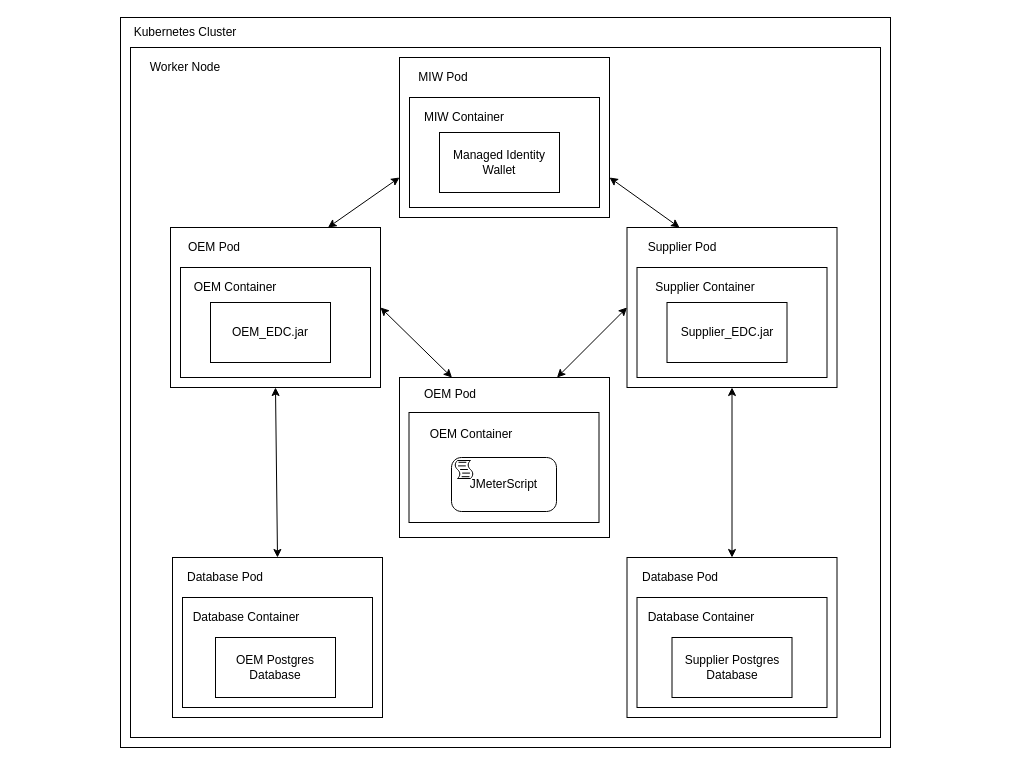
Earlier version of the draw.io diagram Graphics/Sources/Test_Deployment.drawio (alexandrudanciu/mxd-performance-evaluation). Source tidied: cells renumbered, new cells numbered last; positions are measured from the earlier drawing's top-left corner, leaving out a move shared by most shapes. Both pictures are drawn from the tidied source at 100%, with x=0, y=0 at pixel (120, 17).
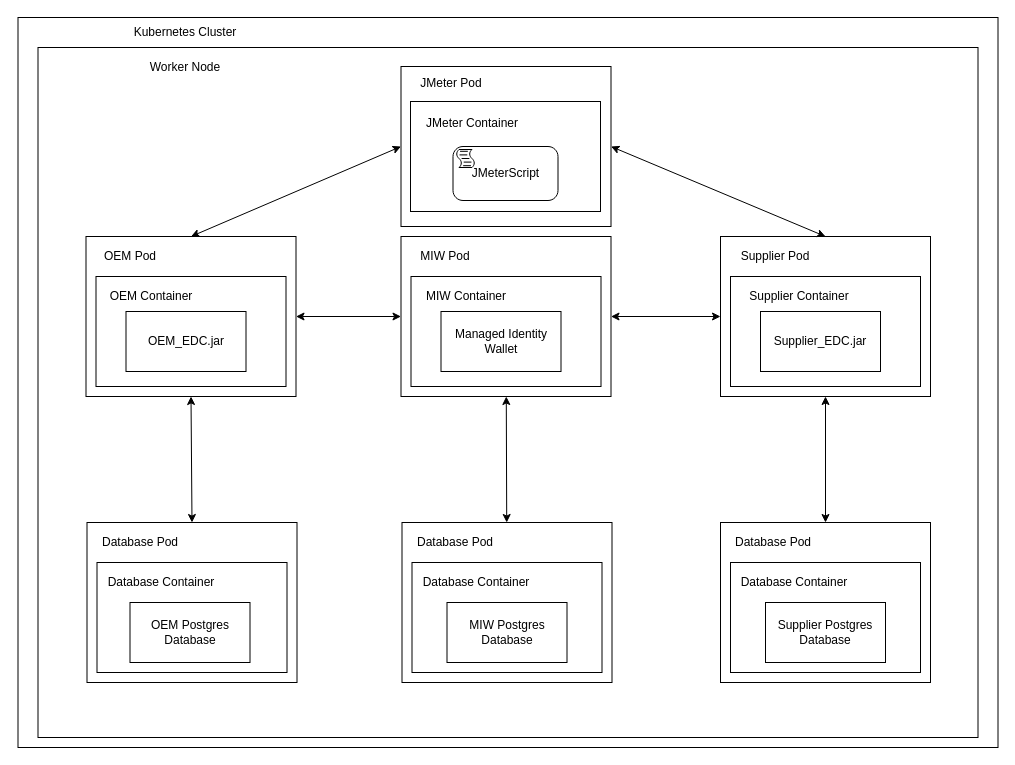
Above is the later version.

Change to the diagram source:
```diff
@@
     <mxCell id="2" style="rounded=0;whiteSpace=wrap;html=1;" parent="1" vertex="1">
-      <mxGeometry width="770" height="730" as="geometry" />
+      <mxGeometry x="-102.5" width="980" height="730" as="geometry" />
     </mxCell>
     <mxCell id="3" style="rounded=0;whiteSpace=wrap;html=1;" parent="1" vertex="1">
-      <mxGeometry x="10" y="30" width="750" height="690" as="geometry" />
+      <mxGeometry x="-82.5" y="30" width="940" height="690" as="geometry" />
     </mxCell>
@@
     <mxCell id="6" style="rounded=0;whiteSpace=wrap;html=1;" parent="1" vertex="1">
-      <mxGeometry x="50" y="210" width="210" height="160" as="geometry" />
+      <mxGeometry x="-34.5" y="219" width="210" height="160" as="geometry" />
     </mxCell>
     <mxCell id="7" value="OEM Pod" style="text;html=1;strokeColor=none;fillColor=none;align=center;verticalAlign=middle;whiteSpace=wrap;rounded=0;" parent="1" vertex="1">
-      <mxGeometry x="39" y="220" width="110" height="20" as="geometry" />
+      <mxGeometry x="-45.5" y="229" width="110" height="20" as="geometry" />
     </mxCell>
     <mxCell id="8" style="rounded=0;whiteSpace=wrap;html=1;" parent="1" vertex="1">
-      <mxGeometry x="60" y="250" width="190" height="110" as="geometry" />
+      <mxGeometry x="-24.5" y="259" width="190" height="110" as="geometry" />
     </mxCell>
     <mxCell id="9" value="OEM_EDC.jar" style="rounded=0;whiteSpace=wrap;html=1;" parent="1" vertex="1">
-      <mxGeometry x="90" y="285" width="120" height="60" as="geometry" />
+      <mxGeometry x="5.5" y="294" width="120" height="60" as="geometry" />
     </mxCell>
     <mxCell id="10" value="OEM Container" style="text;html=1;strokeColor=none;fillColor=none;align=center;verticalAlign=middle;whiteSpace=wrap;rounded=0;" parent="1" vertex="1">
-      <mxGeometry x="60" y="269" width="110" as="geometry" />
+      <mxGeometry x="-24.5" y="278" width="110" as="geometry" />
     </mxCell>
@@
     <mxCell id="12" style="rounded=0;whiteSpace=wrap;html=1;" parent="1" vertex="1">
-      <mxGeometry x="279" y="360" width="210" height="160" as="geometry" />
+      <mxGeometry x="280.5" y="49" width="210" height="160" as="geometry" />
     </mxCell>
-    <mxCell id="13" value="OEM Pod" style="text;html=1;strokeColor=none;fillColor=none;align=center;verticalAlign=middle;whiteSpace=wrap;rounded=0;" parent="1" vertex="1">
-      <mxGeometry x="274.5" y="367" width="110" height="20" as="geometry" />
+    <mxCell id="13" value="JMeter Pod" style="text;html=1;strokeColor=none;fillColor=none;align=center;verticalAlign=middle;whiteSpace=wrap;rounded=0;" parent="1" vertex="1">
+      <mxGeometry x="276" y="56" width="110" height="20" as="geometry" />
     </mxCell>
     <mxCell id="14" style="rounded=0;whiteSpace=wrap;html=1;" parent="1" vertex="1">
-      <mxGeometry x="288.5" y="395" width="190" height="110" as="geometry" />
+      <mxGeometry x="290" y="84" width="190" height="110" as="geometry" />
     </mxCell>
-    <mxCell id="15" value="OEM Container" style="text;html=1;strokeColor=none;fillColor=none;align=center;verticalAlign=middle;whiteSpace=wrap;rounded=0;" parent="1" vertex="1">
-      <mxGeometry x="295.5" y="416" width="110" as="geometry" />
+    <mxCell id="15" value="JMeter Container" style="text;html=1;strokeColor=none;fillColor=none;align=center;verticalAlign=middle;whiteSpace=wrap;rounded=0;" parent="1" vertex="1">
+      <mxGeometry x="297" y="105" width="110" as="geometry" />
     </mxCell>
     <mxCell id="16" style="rounded=0;whiteSpace=wrap;html=1;" parent="1" vertex="1">
-      <mxGeometry x="506.5" y="210" width="210" height="160" as="geometry" />
+      <mxGeometry x="600" y="219" width="210" height="160" as="geometry" />
     </mxCell>
     <mxCell id="17" value="Supplier Pod" style="text;html=1;strokeColor=none;fillColor=none;align=center;verticalAlign=middle;whiteSpace=wrap;rounded=0;" parent="1" vertex="1">
-      <mxGeometry x="506.5" y="220" width="110" height="20" as="geometry" />
+      <mxGeometry x="600" y="229" width="110" height="20" as="geometry" />
     </mxCell>
     <mxCell id="18" style="rounded=0;whiteSpace=wrap;html=1;" parent="1" vertex="1">
-      <mxGeometry x="516.5" y="250" width="190" height="110" as="geometry" />
+      <mxGeometry x="610" y="259" width="190" height="110" as="geometry" />
     </mxCell>
     <mxCell id="19" value="Supplier_EDC.jar" style="rounded=0;whiteSpace=wrap;html=1;" parent="1" vertex="1">
-      <mxGeometry x="546.5" y="285" width="120" height="60" as="geometry" />
+      <mxGeometry x="640" y="294" width="120" height="60" as="geometry" />
     </mxCell>
     <mxCell id="20" value="Supplier Container" style="text;html=1;strokeColor=none;fillColor=none;align=center;verticalAlign=middle;whiteSpace=wrap;rounded=0;" parent="1" vertex="1">
-      <mxGeometry x="530" y="269" width="110" as="geometry" />
+      <mxGeometry x="623.5" y="278" width="110" as="geometry" />
     </mxCell>
     <mxCell id="21" value="JMeterScript" style="shape=mxgraph.bpmn.task;whiteSpace=wrap;rectStyle=rounded;size=10;html=1;taskMarker=script;" parent="1" vertex="1">
-      <mxGeometry x="331" y="440" width="105" height="54" as="geometry" />
+      <mxGeometry x="332.5" y="129" width="105" height="54" as="geometry" />
     </mxCell>
-    <mxCell id="22" style="endArrow=classic;startArrow=classic;html=1;rounded=0;entryX=1;entryY=0.5;entryDx=0;entryDy=0;exitX=0.25;exitY=0;exitDx=0;exitDy=0;" parent="1" edge="1" source="12" target="6">
+    <mxCell id="22" style="endArrow=classic;startArrow=classic;html=1;rounded=0;entryX=0.5;entryY=0;entryDx=0;entryDy=0;exitX=0;exitY=0.5;exitDx=0;exitDy=0;" parent="1" edge="1" source="12" target="6">
       <mxGeometry relative="1" as="geometry" />
     </mxCell>
-    <mxCell id="23" style="endArrow=classic;startArrow=classic;html=1;rounded=0;entryX=0;entryY=0.5;entryDx=0;entryDy=0;exitX=0.75;exitY=0;exitDx=0;exitDy=0;" parent="1" edge="1" source="12" target="16">
+    <mxCell id="23" style="endArrow=classic;startArrow=classic;html=1;rounded=0;exitX=1;exitY=0.5;exitDx=0;exitDy=0;entryX=0.5;entryY=0;entryDx=0;entryDy=0;" parent="1" edge="1" source="12" target="16">
       <mxGeometry relative="1" as="geometry" />
     </mxCell>
     <mxCell id="24" style="rounded=0;whiteSpace=wrap;html=1;" parent="1" vertex="1">
-      <mxGeometry x="52" y="540" width="210" height="160" as="geometry" />
+      <mxGeometry x="-33.5" y="505" width="210" height="160" as="geometry" />
     </mxCell>
     <mxCell id="25" value="Database Pod" style="text;html=1;strokeColor=none;fillColor=none;align=center;verticalAlign=middle;whiteSpace=wrap;rounded=0;" parent="1" vertex="1">
-      <mxGeometry x="50" y="550" width="110" height="20" as="geometry" />
+      <mxGeometry x="-35.5" y="515" width="110" height="20" as="geometry" />
     </mxCell>
     <mxCell id="26" style="rounded=0;whiteSpace=wrap;html=1;" parent="1" vertex="1">
-      <mxGeometry x="62" y="580" width="190" height="110" as="geometry" />
+      <mxGeometry x="-23.5" y="545" width="190" height="110" as="geometry" />
     </mxCell>
     <mxCell id="27" value="Database Container" style="text;html=1;strokeColor=none;fillColor=none;align=center;verticalAlign=middle;whiteSpace=wrap;rounded=0;" parent="1" vertex="1">
-      <mxGeometry x="71" y="599" width="110" as="geometry" />
+      <mxGeometry x="-14.5" y="564" width="110" as="geometry" />
     </mxCell>
     <mxCell id="28" value="OEM Postgres Database" style="rounded=0;whiteSpace=wrap;html=1;" parent="1" vertex="1">
-      <mxGeometry x="95" y="620" width="120" height="60" as="geometry" />
+      <mxGeometry x="9.5" y="585" width="120" height="60" as="geometry" />
     </mxCell>
     <mxCell id="29" style="rounded=0;whiteSpace=wrap;html=1;" parent="1" vertex="1">
-      <mxGeometry x="506.5" y="540" width="210" height="160" as="geometry" />
+      <mxGeometry x="600" y="505" width="210" height="160" as="geometry" />
     </mxCell>
     <mxCell id="30" value="Database Pod" style="text;html=1;strokeColor=none;fillColor=none;align=center;verticalAlign=middle;whiteSpace=wrap;rounded=0;" parent="1" vertex="1">
-      <mxGeometry x="504.5" y="550" width="110" height="20" as="geometry" />
+      <mxGeometry x="598" y="515" width="110" height="20" as="geometry" />
     </mxCell>
     <mxCell id="31" style="rounded=0;whiteSpace=wrap;html=1;" parent="1" vertex="1">
-      <mxGeometry x="516.5" y="580" width="190" height="110" as="geometry" />
+      <mxGeometry x="610" y="545" width="190" height="110" as="geometry" />
     </mxCell>
     <mxCell id="32" value="Database Container" style="text;html=1;strokeColor=none;fillColor=none;align=center;verticalAlign=middle;whiteSpace=wrap;rounded=0;" parent="1" vertex="1">
-      <mxGeometry x="525.5" y="599" width="110" as="geometry" />
+      <mxGeometry x="619" y="564" width="110" as="geometry" />
     </mxCell>
     <mxCell id="33" value="Supplier Postgres Database" style="rounded=0;whiteSpace=wrap;html=1;" parent="1" vertex="1">
-      <mxGeometry x="551.5" y="620" width="120" height="60" as="geometry" />
+      <mxGeometry x="645" y="585" width="120" height="60" as="geometry" />
     </mxCell>
@@
     <mxCell id="35" style="rounded=0;whiteSpace=wrap;html=1;" parent="1" vertex="1">
-      <mxGeometry x="279" y="40" width="210" height="160" as="geometry" />
+      <mxGeometry x="280.5" y="219" width="210" height="160" as="geometry" />
     </mxCell>
     <mxCell id="36" value="MIW Pod" style="text;html=1;strokeColor=none;fillColor=none;align=center;verticalAlign=middle;whiteSpace=wrap;rounded=0;" parent="1" vertex="1">
-      <mxGeometry x="268" y="50" width="110" height="20" as="geometry" />
+      <mxGeometry x="269.5" y="229" width="110" height="20" as="geometry" />
     </mxCell>
     <mxCell id="37" style="rounded=0;whiteSpace=wrap;html=1;" parent="1" vertex="1">
-      <mxGeometry x="289" y="80" width="190" height="110" as="geometry" />
+      <mxGeometry x="290.5" y="259" width="190" height="110" as="geometry" />
     </mxCell>
     <mxCell id="38" value="Managed Identity Wallet" style="rounded=0;whiteSpace=wrap;html=1;" parent="1" vertex="1">
-      <mxGeometry x="319" y="115" width="120" height="60" as="geometry" />
+      <mxGeometry x="320.5" y="294" width="120" height="60" as="geometry" />
     </mxCell>
     <mxCell id="39" value="MIW Container" style="text;html=1;strokeColor=none;fillColor=none;align=center;verticalAlign=middle;whiteSpace=wrap;rounded=0;" parent="1" vertex="1">
-      <mxGeometry x="289" y="99" width="110" as="geometry" />
+      <mxGeometry x="290.5" y="278" width="110" as="geometry" />
     </mxCell>
-    <mxCell id="40" style="endArrow=classic;startArrow=classic;html=1;rounded=0;entryX=1;entryY=0.75;entryDx=0;entryDy=0;exitX=0.25;exitY=0;exitDx=0;exitDy=0;" parent="1" edge="1" source="16" target="35">
+    <mxCell id="40" style="endArrow=classic;startArrow=classic;html=1;rounded=0;exitX=0;exitY=0.5;exitDx=0;exitDy=0;" parent="1" edge="1" source="16" target="35">
       <mxGeometry relative="1" as="geometry" />
     </mxCell>
-    <mxCell id="41" style="endArrow=classic;startArrow=classic;html=1;rounded=0;entryX=0;entryY=0.75;entryDx=0;entryDy=0;exitX=0.75;exitY=0;exitDx=0;exitDy=0;" parent="1" edge="1" source="6" target="35">
+    <mxCell id="41" style="endArrow=classic;startArrow=classic;html=1;rounded=0;exitX=1;exitY=0.5;exitDx=0;exitDy=0;" parent="1" edge="1" source="6" target="35">
       <mxGeometry relative="1" as="geometry" />
     </mxCell>
+    <mxCell id="42" style="rounded=0;whiteSpace=wrap;html=1;" parent="1" vertex="1">
+      <mxGeometry x="281.5" y="505" width="210" height="160" as="geometry" />
+    </mxCell>
+    <mxCell id="43" value="Database Pod" style="text;html=1;strokeColor=none;fillColor=none;align=center;verticalAlign=middle;whiteSpace=wrap;rounded=0;" parent="1" vertex="1">
+      <mxGeometry x="279.5" y="515" width="110" height="20" as="geometry" />
+    </mxCell>
+    <mxCell id="44" style="rounded=0;whiteSpace=wrap;html=1;" parent="1" vertex="1">
+      <mxGeometry x="291.5" y="545" width="190" height="110" as="geometry" />
+    </mxCell>
+    <mxCell id="45" value="Database Container" style="text;html=1;strokeColor=none;fillColor=none;align=center;verticalAlign=middle;whiteSpace=wrap;rounded=0;" parent="1" vertex="1">
+      <mxGeometry x="300.5" y="564" width="110" as="geometry" />
+    </mxCell>
+    <mxCell id="46" value="MIW Postgres Database" style="rounded=0;whiteSpace=wrap;html=1;" parent="1" vertex="1">
+      <mxGeometry x="326.5" y="585" width="120" height="60" as="geometry" />
+    </mxCell>
+    <mxCell id="47" style="endArrow=classic;startArrow=classic;html=1;rounded=0;" parent="1" edge="1" source="35" target="42">
+      <mxGeometry relative="1" as="geometry" />
+    </mxCell>
```
